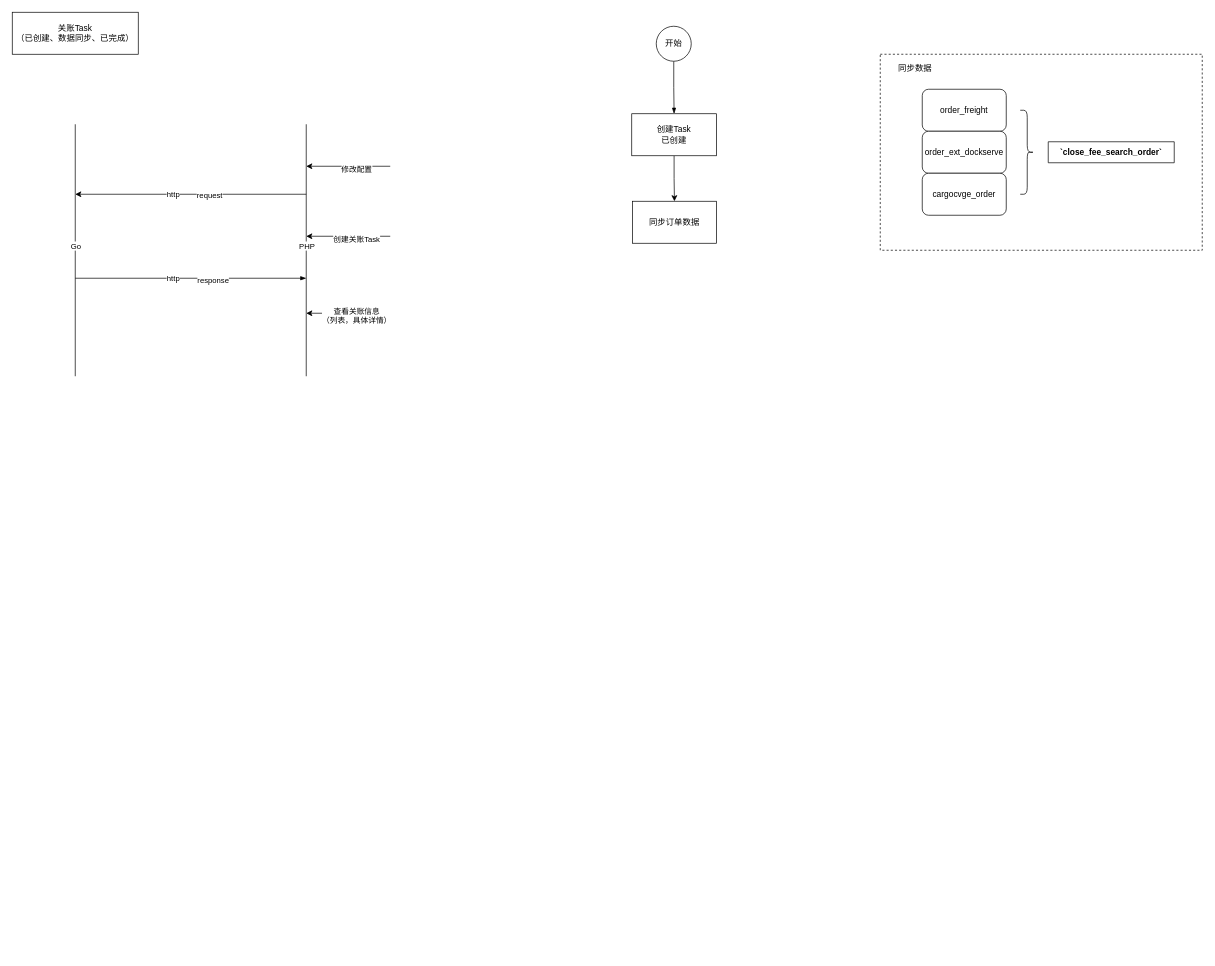
Above: 箱信解耦/未命名绘图.drawio in gongyao1992/draw (draw.io), before the change. Source tidied: cells renumbered, new cells numbered last; positions are measured from the earlier drawing's top-left corner, leaving out a move shared by most shapes. Both pictures are drawn from the tidied source at 70%, with x=0, y=0 at pixel (12, 12).
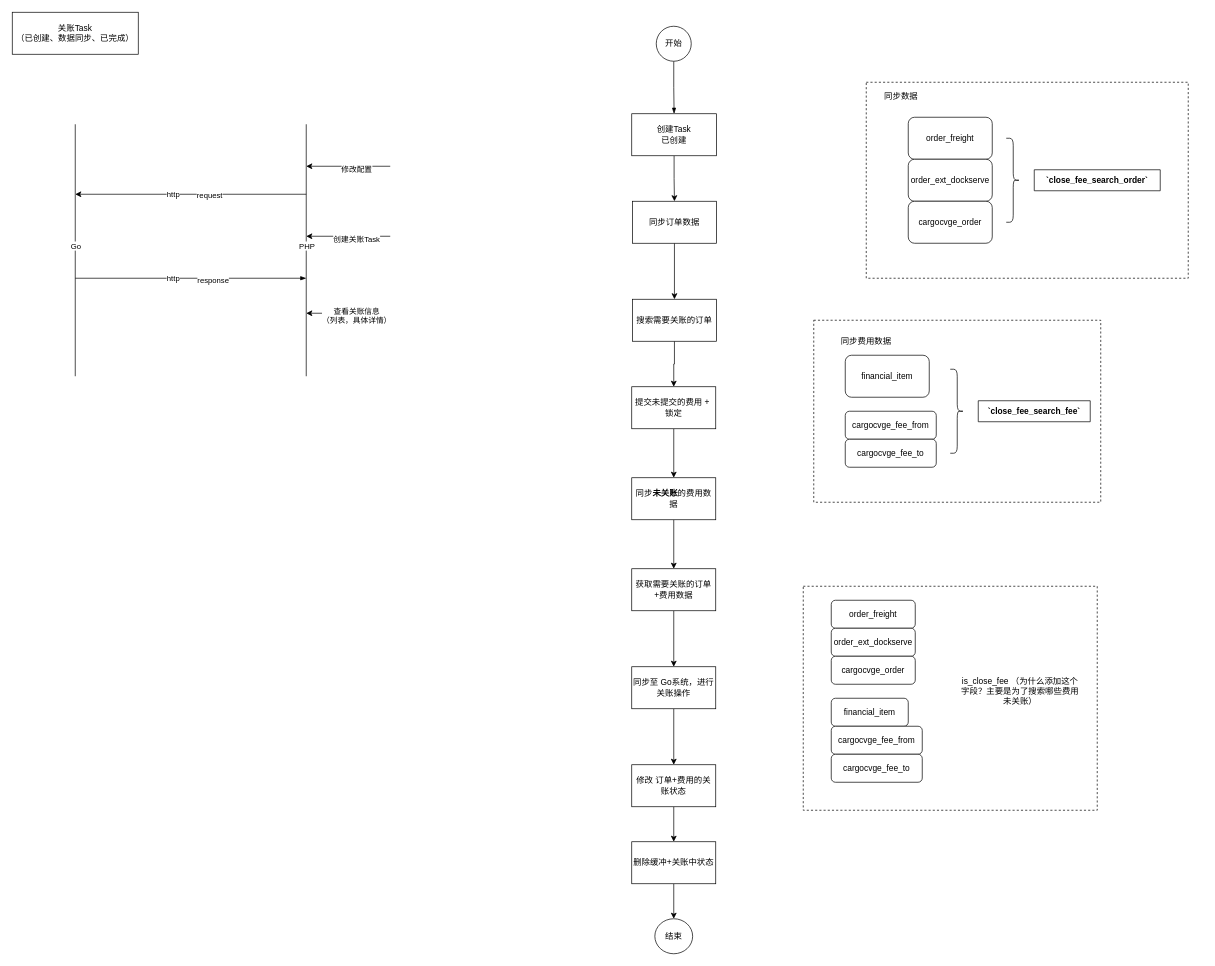
The same page after the edit.

Commit message (it also covers changes not shown here):
更新未命名绘图.drawio

Unchanged cells that the change refers to:
```xml
<mxCell id="24" value="同步订单数据" style="whiteSpace=wrap;html=1;" parent="1" vertex="1">
  <mxGeometry x="886" y="270" width="120" height="60" as="geometry" />
</mxCell>
```

Change to the diagram source:
```diff
@@
-    <mxCell id="2" style="rounded=0;whiteSpace=wrap;html=1;fillColor=none;dashed=1;" parent="1" vertex="1">
-      <mxGeometry x="1240" y="60" width="460" height="280" as="geometry" />
-    </mxCell>
+    <mxCell id="31" style="rounded=0;whiteSpace=wrap;html=1;fillColor=none;dashed=1;" parent="1" vertex="1">
+      <mxGeometry x="1145" y="440" width="410" height="260" as="geometry" />
+    </mxCell>
@@
+    <mxCell id="32" style="edgeStyle=orthogonalEdgeStyle;rounded=0;jettySize=auto;html=1;startArrow=none;startFill=0;endArrow=classic;endFill=1;" parent="1" edge="1" source="24" target="62">
+      <mxGeometry relative="1" as="geometry" />
+    </mxCell>
@@
+    <mxCell id="33" style="group;" parent="1" vertex="1">
+      <mxGeometry x="1220" y="100" width="460" height="280" as="geometry" />
+    </mxCell>
+    <mxCell id="2" style="rounded=0;whiteSpace=wrap;html=1;fillColor=none;dashed=1;" parent="33" vertex="1">
+      <mxGeometry width="460" height="280" as="geometry" />
+    </mxCell>
-    <mxCell id="25" value="order_freight" style="rounded=1;whiteSpace=wrap;html=1;" parent="1" vertex="1">
-      <mxGeometry x="1300" y="110" width="120" height="60" as="geometry" />
+    <mxCell id="25" value="order_freight" style="rounded=1;whiteSpace=wrap;html=1;" parent="33" vertex="1">
+      <mxGeometry x="60" y="50" width="120" height="60" as="geometry" />
     </mxCell>
-    <mxCell id="26" value="order_ext_dockserve" style="rounded=1;whiteSpace=wrap;html=1;" parent="1" vertex="1">
-      <mxGeometry x="1300" y="170" width="120" height="60" as="geometry" />
+    <mxCell id="26" value="order_ext_dockserve" style="rounded=1;whiteSpace=wrap;html=1;" parent="33" vertex="1">
+      <mxGeometry x="60" y="110" width="120" height="60" as="geometry" />
     </mxCell>
-    <mxCell id="27" value="cargocvge_order" style="rounded=1;whiteSpace=wrap;html=1;" parent="1" vertex="1">
-      <mxGeometry x="1300" y="230" width="120" height="60" as="geometry" />
+    <mxCell id="27" value="cargocvge_order" style="rounded=1;whiteSpace=wrap;html=1;" parent="33" vertex="1">
+      <mxGeometry x="60" y="170" width="120" height="60" as="geometry" />
     </mxCell>
-    <mxCell id="28" style="shape=curlyBracket;whiteSpace=wrap;html=1;rounded=1;flipH=1;" parent="1" vertex="1">
-      <mxGeometry x="1440" y="140" width="20" height="120" as="geometry" />
+    <mxCell id="28" style="shape=curlyBracket;whiteSpace=wrap;html=1;rounded=1;flipH=1;" parent="33" vertex="1">
+      <mxGeometry x="200" y="80" width="20" height="120" as="geometry" />
     </mxCell>
-    <mxCell id="29" value="`close_fee_search_order`" style="shape=table;startSize=30;childLayout=tableLayout;rowLines=0;fontStyle=1;align=center;" parent="1" vertex="1" collapsed="1">
-      <mxGeometry x="1480" y="185" width="180" height="30" as="geometry" />
+    <mxCell id="29" value="`close_fee_search_order`" style="shape=table;startSize=30;childLayout=tableLayout;rowLines=0;fontStyle=1;align=center;" parent="33" vertex="1" collapsed="1">
+      <mxGeometry x="240" y="125" width="180" height="30" as="geometry" />
     </mxCell>
-    <mxCell id="30" value="同步数据" style="text;html=1;strokeColor=none;fillColor=none;align=center;verticalAlign=middle;whiteSpace=wrap;rounded=0;" parent="1" vertex="1">
-      <mxGeometry x="1260" y="70" width="60" height="20" as="geometry" />
+    <mxCell id="30" value="同步数据" style="text;html=1;strokeColor=none;fillColor=none;align=center;verticalAlign=middle;whiteSpace=wrap;rounded=0;" parent="33" vertex="1">
+      <mxGeometry x="20" y="10" width="60" height="20" as="geometry" />
     </mxCell>
+    <mxCell id="34" style="edgeStyle=orthogonalEdgeStyle;rounded=0;jettySize=auto;html=1;startArrow=none;startFill=0;endArrow=classic;endFill=1;" parent="1" edge="1" source="35" target="37">
+      <mxGeometry relative="1" as="geometry" />
+    </mxCell>
+    <mxCell id="35" value="提交未提交的费用 +&amp;nbsp;&lt;br&gt;锁定" style="whiteSpace=wrap;html=1;" parent="1" vertex="1">
+      <mxGeometry x="885" y="535" width="120" height="60" as="geometry" />
+    </mxCell>
+    <mxCell id="36" style="edgeStyle=orthogonalEdgeStyle;rounded=0;jettySize=auto;html=1;startArrow=none;startFill=0;endArrow=classic;endFill=1;" parent="1" edge="1" source="37" target="44">
+      <mxGeometry relative="1" as="geometry" />
+    </mxCell>
+    <mxCell id="37" value="同步&lt;b&gt;未关账&lt;/b&gt;的费用数据" style="whiteSpace=wrap;html=1;" parent="1" vertex="1">
+      <mxGeometry x="885" y="665" width="120" height="60" as="geometry" />
+    </mxCell>
+    <mxCell id="38" value="financial_item" style="rounded=1;whiteSpace=wrap;html=1;" parent="1" vertex="1">
+      <mxGeometry x="1190" y="490" width="120" height="60" as="geometry" />
+    </mxCell>
+    <mxCell id="39" value="cargocvge_fee_from" style="rounded=1;whiteSpace=wrap;html=1;" parent="1" vertex="1">
+      <mxGeometry x="1190" y="570" width="130" height="40" as="geometry" />
+    </mxCell>
+    <mxCell id="40" value="cargocvge_fee_to" style="rounded=1;whiteSpace=wrap;html=1;" parent="1" vertex="1">
+      <mxGeometry x="1190" y="610" width="130" height="40" as="geometry" />
+    </mxCell>
+    <mxCell id="41" style="shape=curlyBracket;whiteSpace=wrap;html=1;rounded=1;flipH=1;" parent="1" vertex="1">
+      <mxGeometry x="1340" y="510" width="20" height="120" as="geometry" />
+    </mxCell>
+    <mxCell id="42" value="`close_fee_search_fee`" style="shape=table;startSize=30;childLayout=tableLayout;rowLines=0;fontStyle=1;align=center;" parent="1" vertex="1" collapsed="1">
+      <mxGeometry x="1380" y="555" width="160" height="30" as="geometry" />
+    </mxCell>
+    <mxCell id="43" style="edgeStyle=orthogonalEdgeStyle;rounded=0;jettySize=auto;html=1;startArrow=none;startFill=0;endArrow=classic;endFill=1;" parent="1" edge="1" source="44" target="46">
+      <mxGeometry relative="1" as="geometry" />
+    </mxCell>
+    <mxCell id="44" value="获取需要关账的订单+费用数据" style="whiteSpace=wrap;html=1;" parent="1" vertex="1">
+      <mxGeometry x="885" y="795" width="120" height="60" as="geometry" />
+    </mxCell>
+    <mxCell id="45" style="edgeStyle=orthogonalEdgeStyle;rounded=0;jettySize=auto;html=1;startArrow=none;startFill=0;endArrow=classic;endFill=1;" parent="1" edge="1" source="46" target="48">
+      <mxGeometry relative="1" as="geometry" />
+    </mxCell>
+    <mxCell id="46" value="同步至 Go系统，进行关账操作" style="whiteSpace=wrap;html=1;" parent="1" vertex="1">
+      <mxGeometry x="885" y="935" width="120" height="60" as="geometry" />
+    </mxCell>
+    <mxCell id="47" style="edgeStyle=orthogonalEdgeStyle;rounded=0;jettySize=auto;html=1;startArrow=none;startFill=0;endArrow=classic;endFill=1;" parent="1" edge="1" source="48" target="57">
+      <mxGeometry relative="1" as="geometry" />
+    </mxCell>
+    <mxCell id="48" value="修改 订单+费用的关账状态" style="whiteSpace=wrap;html=1;" parent="1" vertex="1">
+      <mxGeometry x="885" y="1075" width="120" height="60" as="geometry" />
+    </mxCell>
+    <mxCell id="49" value="order_freight" style="rounded=1;whiteSpace=wrap;html=1;fillColor=#FFFFFF;" parent="1" vertex="1">
+      <mxGeometry x="1170" y="840" width="120" height="40" as="geometry" />
+    </mxCell>
+    <mxCell id="50" value="order_ext_dockserve" style="rounded=1;whiteSpace=wrap;html=1;fillColor=#FFFFFF;" parent="1" vertex="1">
+      <mxGeometry x="1170" y="880" width="120" height="40" as="geometry" />
+    </mxCell>
+    <mxCell id="51" value="cargocvge_order" style="rounded=1;whiteSpace=wrap;html=1;fillColor=#FFFFFF;" parent="1" vertex="1">
+      <mxGeometry x="1170" y="920" width="120" height="40" as="geometry" />
+    </mxCell>
+    <mxCell id="52" value="financial_item" style="rounded=1;whiteSpace=wrap;html=1;" parent="1" vertex="1">
+      <mxGeometry x="1170" y="980" width="110" height="40" as="geometry" />
+    </mxCell>
+    <mxCell id="53" value="cargocvge_fee_from" style="rounded=1;whiteSpace=wrap;html=1;" parent="1" vertex="1">
+      <mxGeometry x="1170" y="1020" width="130" height="40" as="geometry" />
+    </mxCell>
+    <mxCell id="54" value="cargocvge_fee_to" style="rounded=1;whiteSpace=wrap;html=1;" parent="1" vertex="1">
+      <mxGeometry x="1170" y="1060" width="130" height="40" as="geometry" />
+    </mxCell>
+    <mxCell id="55" value="is_close_fee （为什么添加这个字段？主要是为了搜索哪些费用未关账）" style="text;html=1;strokeColor=none;fillColor=none;align=center;verticalAlign=middle;whiteSpace=wrap;rounded=0;" parent="1" vertex="1">
+      <mxGeometry x="1350" y="930" width="180" height="80" as="geometry" />
+    </mxCell>
+    <mxCell id="56" style="edgeStyle=orthogonalEdgeStyle;rounded=0;jettySize=auto;html=1;startArrow=none;startFill=0;endArrow=classic;endFill=1;" parent="1" edge="1" source="57" target="58">
+      <mxGeometry relative="1" as="geometry" />
+    </mxCell>
+    <mxCell id="57" value="删除缓冲+关账中状态" style="whiteSpace=wrap;html=1;" parent="1" vertex="1">
+      <mxGeometry x="885" y="1185" width="120" height="60" as="geometry" />
+    </mxCell>
+    <mxCell id="58" value="结束" style="ellipse;whiteSpace=wrap;html=1;" parent="1" vertex="1">
+      <mxGeometry x="918" y="1295" width="54" height="50" as="geometry" />
+    </mxCell>
+    <mxCell id="59" value="同步费用数据" style="text;html=1;strokeColor=none;fillColor=none;align=center;verticalAlign=middle;whiteSpace=wrap;rounded=0;" parent="1" vertex="1">
+      <mxGeometry x="1180" y="460" width="80" height="20" as="geometry" />
+    </mxCell>
+    <mxCell id="60" style="rounded=0;whiteSpace=wrap;html=1;fillColor=none;dashed=1;" parent="1" vertex="1">
+      <mxGeometry x="1130" y="820" width="420" height="320" as="geometry" />
+    </mxCell>
+    <mxCell id="61" style="edgeStyle=orthogonalEdgeStyle;rounded=0;jettySize=auto;html=1;exitX=0.5;exitY=1;exitDx=0;exitDy=0;entryX=0.5;entryY=0;entryDx=0;entryDy=0;startArrow=none;startFill=0;endArrow=classic;endFill=1;" parent="1" edge="1" source="62" target="35">
+      <mxGeometry relative="1" as="geometry" />
+    </mxCell>
+    <mxCell id="62" value="搜索需要关账的订单" style="whiteSpace=wrap;html=1;" parent="1" vertex="1">
+      <mxGeometry x="886" y="410" width="120" height="60" as="geometry" />
+    </mxCell>
```
